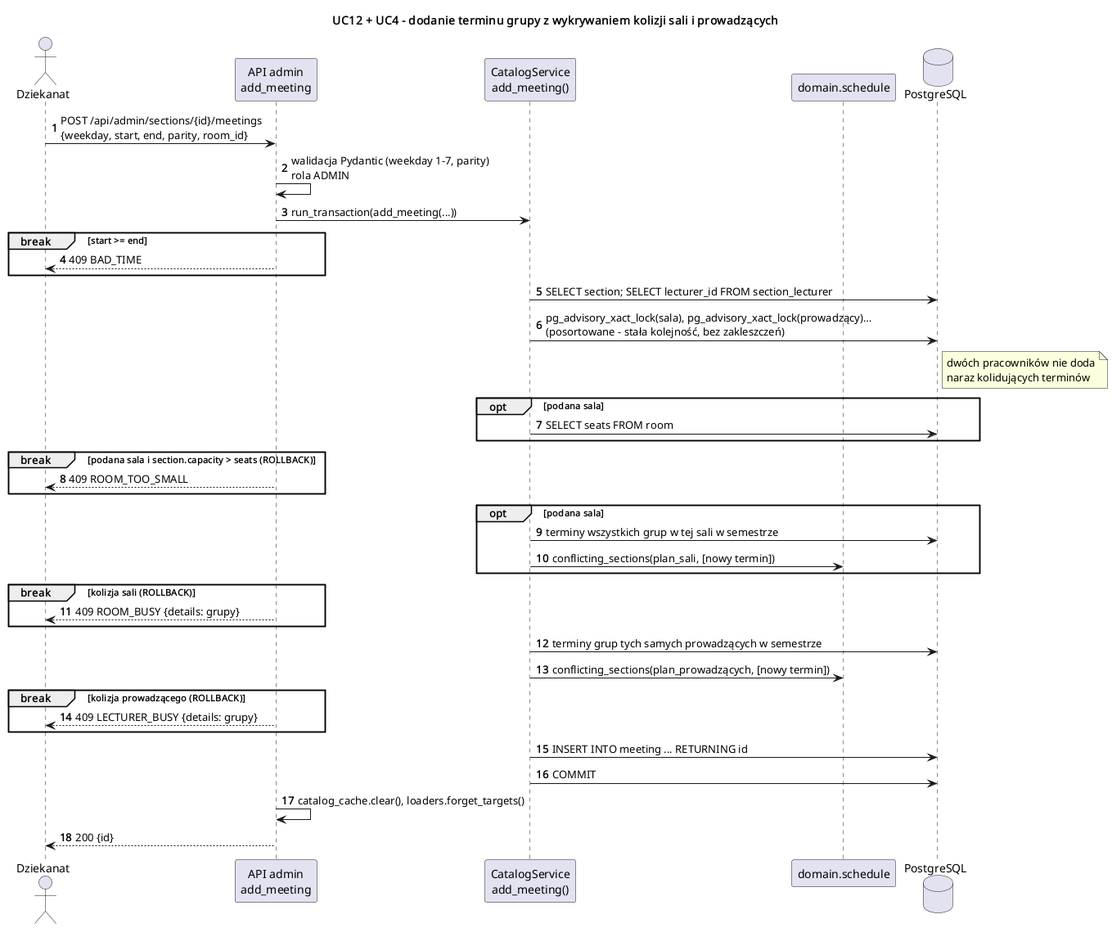
Above: etap3/diagramy/sekwencja_harmonogram.png in Husaria55/USOSv2 (PlantUML), before the change.
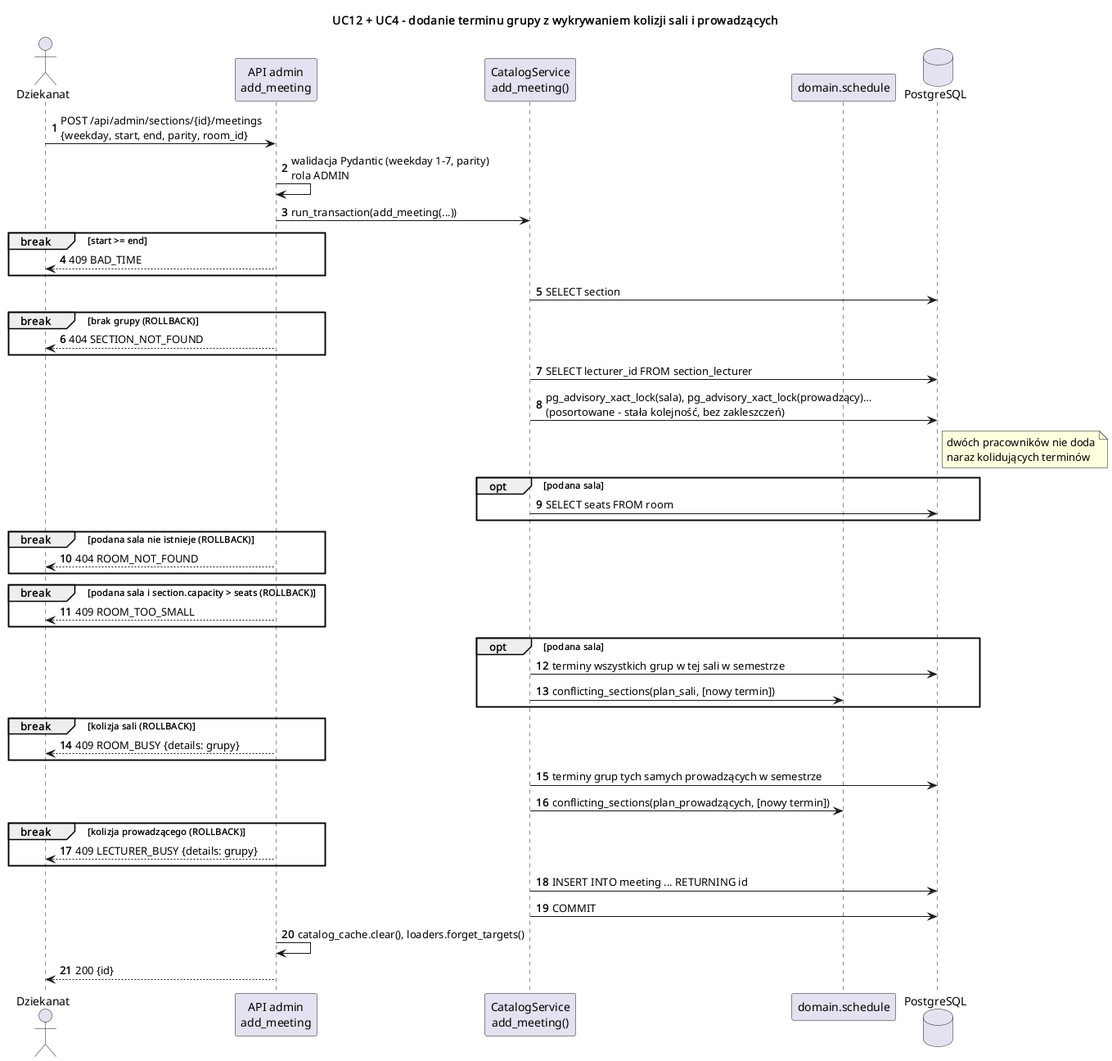
After the change.

Change to the diagram source:
```diff
@@ -16,11 +16,18 @@
 break start >= end
   api --> Dziekanat : 409 BAD_TIME
 end
-svc -> db : SELECT section; SELECT lecturer_id FROM section_lecturer
+svc -> db : SELECT section
+break brak grupy (ROLLBACK)
+  api --> Dziekanat : 404 SECTION_NOT_FOUND
+end
+svc -> db : SELECT lecturer_id FROM section_lecturer
 svc -> db : pg_advisory_xact_lock(sala), pg_advisory_xact_lock(prowadzący)…\n(posortowane - stała kolejność, bez zakleszczeń)
 note right of db : dwóch pracowników nie doda\nnaraz kolidujących terminów
 opt podana sala
   svc -> db : SELECT seats FROM room
+end
+break podana sala nie istnieje (ROLLBACK)
+  api --> Dziekanat : 404 ROOM_NOT_FOUND
 end
 break podana sala i section.capacity > seats (ROLLBACK)
   api --> Dziekanat : 409 ROOM_TOO_SMALL
```
